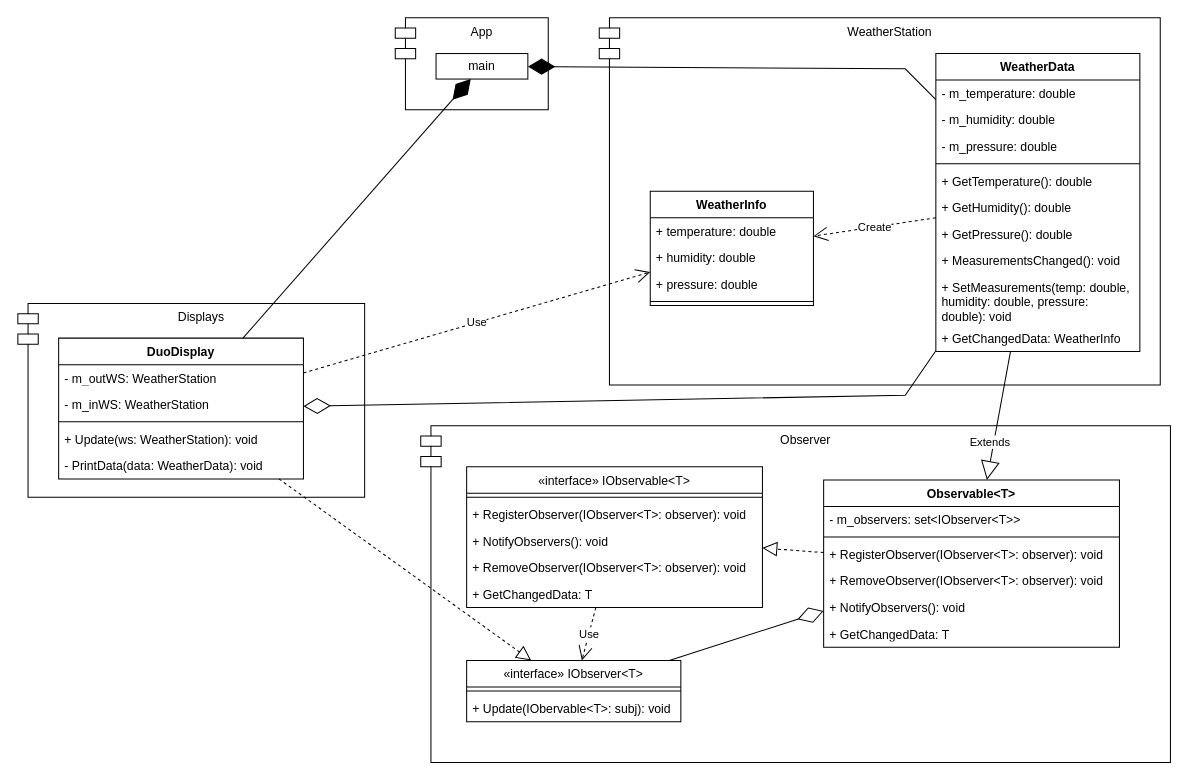
Before: lw2/WeatherStationDuo.drawio in ProstP/OOD, a draw.io diagram. Source tidied: cells renumbered, new cells numbered last; positions are measured from the earlier drawing's top-left corner, leaving out a move shared by most shapes. Both pictures are drawn from the tidied source at 102%, with x=0, y=0 at pixel (17, 17).
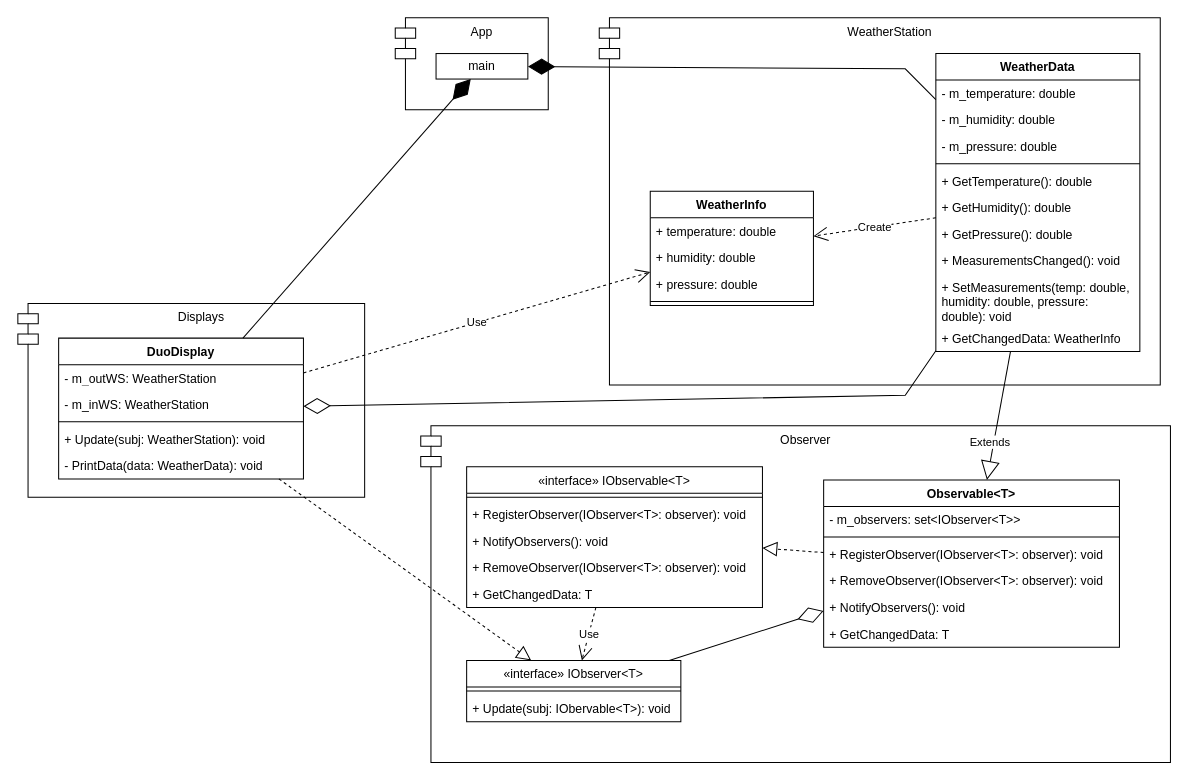
Above is the later version.

Commit message:
Lw2-4 Изменил название аргумента

Unchanged cells that the change refers to:
```xml
<mxCell id="23" value="&lt;span style=&quot;font-weight: 400;&quot;&gt;«interface» IObserver&amp;lt;T&amp;gt;&lt;/span&gt;" style="swimlane;fontStyle=1;align=center;verticalAlign=top;horizontal=1;startSize=26;whiteSpace=wrap;html=1;" parent="1" vertex="1">
  <mxGeometry x="440" y="630" width="210" height="60" as="geometry" />
</mxCell>
<mxCell id="45" value="DuoDisplay" style="swimlane;fontStyle=1;align=center;verticalAlign=top;horizontal=1;startSize=26;whiteSpace=wrap;html=1;" parent="1" vertex="1">
  <mxGeometry x="40" y="314" width="240" height="138" as="geometry" />
</mxCell>
```

What changed in the source:
```diff
@@
-    <mxCell id="25" value="+ Update(IObervable&amp;lt;T&amp;gt;: subj): void" style="text;strokeColor=none;fillColor=none;align=left;verticalAlign=top;spacingLeft=4;spacingRight=4;overflow=hidden;whiteSpace=wrap;html=1;" parent="23" vertex="1">
+    <mxCell id="25" value="+ Update(subj: IObervable&amp;lt;T&amp;gt;): void" style="text;strokeColor=none;fillColor=none;align=left;verticalAlign=top;spacingLeft=4;spacingRight=4;overflow=hidden;whiteSpace=wrap;html=1;" parent="23" vertex="1">
       <mxGeometry y="34" width="210" height="26" as="geometry" />
     </mxCell>
@@
-    <mxCell id="49" value="+ Update(ws: WeatherStation): void" style="text;strokeColor=none;fillColor=none;align=left;verticalAlign=top;spacingLeft=4;spacingRight=4;overflow=hidden;whiteSpace=wrap;html=1;" parent="45" vertex="1">
+    <mxCell id="49" value="+ Update(subj: WeatherStation): void" style="text;strokeColor=none;fillColor=none;align=left;verticalAlign=top;spacingLeft=4;spacingRight=4;overflow=hidden;whiteSpace=wrap;html=1;" parent="45" vertex="1">
       <mxGeometry y="86" width="240" height="26" as="geometry" />
     </mxCell>
```
